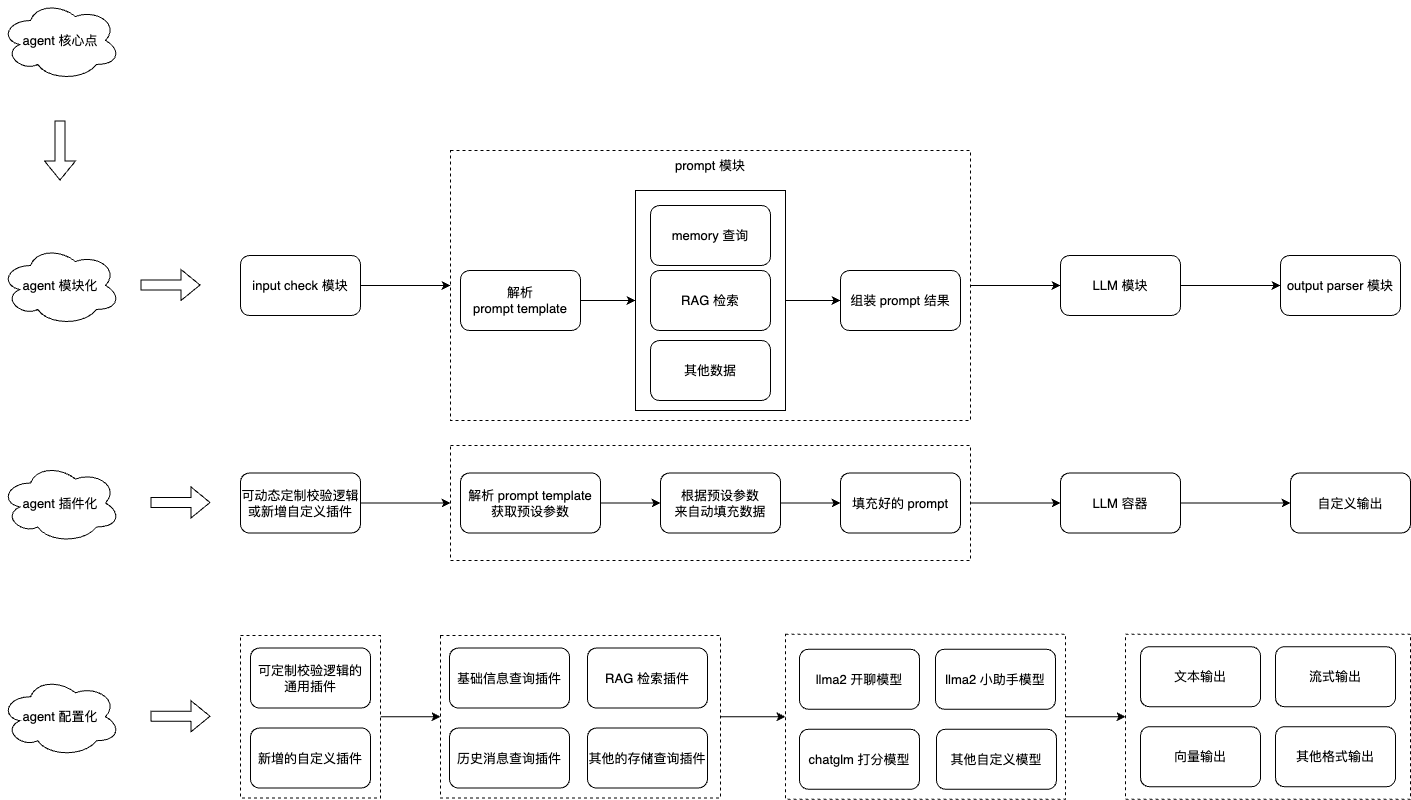
Earlier version of the draw.io export 大模型应用之agent流程图.png (liujunao/draw-data). Source tidied: cells renumbered, new cells last; positions are measured from the earlier drawing's top-left corner, leaving out a move shared by most shapes.
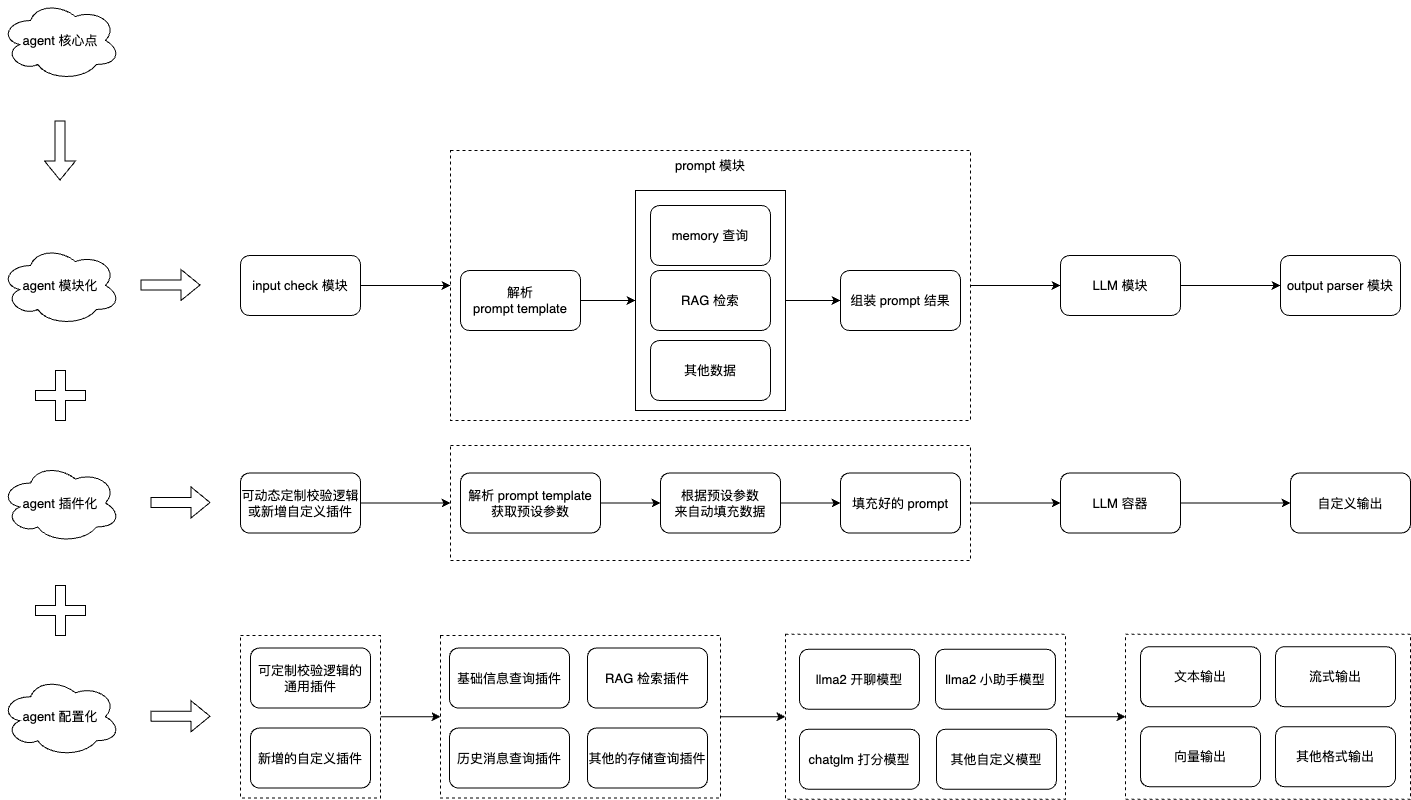
Above is the later version.

Commit message:
更新大模型应用之agent流程图.png

Change to the diagram source:
```diff
@@ -185,5 +185,11 @@
         <mxPoint x="59.5" y="180" as="targetPoint" />
       </mxGeometry>
     </mxCell>
+    <mxCell id="59" style="shape=cross;whiteSpace=wrap;html=1;" parent="1" vertex="1">
+      <mxGeometry x="35" y="370" width="50" height="50" as="geometry" />
+    </mxCell>
+    <mxCell id="60" style="shape=cross;whiteSpace=wrap;html=1;" parent="1" vertex="1">
+      <mxGeometry x="35" y="585" width="50" height="50" as="geometry" />
+    </mxCell>
   </root>
 </mxGraphModel>
```
